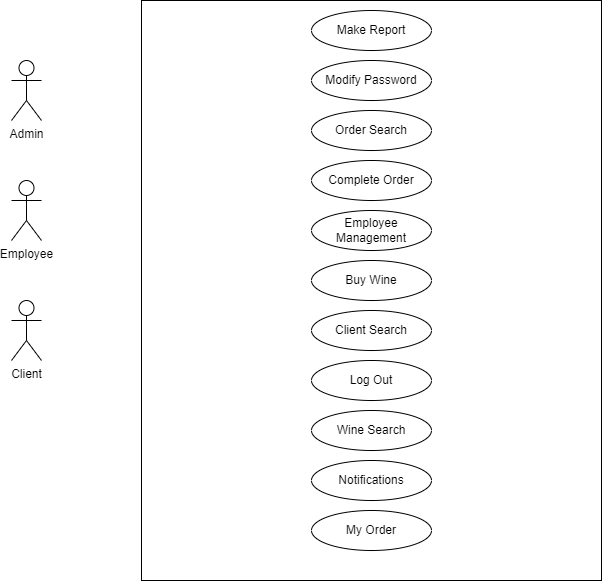
The draw.io diagram Documentazione/Usecase.drawio.png in FedericoRisoli/Assegnamento, before a commit. Source tidied: cells renumbered, new cells last; positions are measured from the earlier drawing's top-left corner, leaving out a move shared by most shapes.
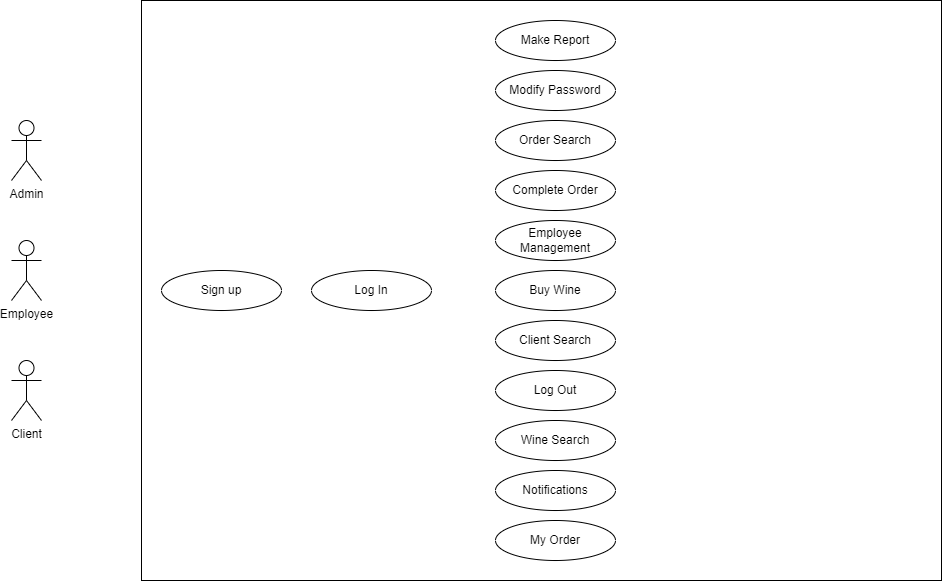
Above is the later version.

Diff of the diagram source:
```diff
@@ -3,16 +3,16 @@
     <mxCell id="0" />
     <mxCell id="1" parent="0" />
     <mxCell id="2" value="Admin" style="shape=umlActor;verticalLabelPosition=bottom;verticalAlign=top;html=1;" parent="1" vertex="1">
-      <mxGeometry y="60" width="30" height="60" as="geometry" />
+      <mxGeometry x="-184" y="110" width="30" height="60" as="geometry" />
     </mxCell>
     <mxCell id="3" value="Employee" style="shape=umlActor;verticalLabelPosition=bottom;verticalAlign=top;html=1;" parent="1" vertex="1">
-      <mxGeometry y="180" width="30" height="60" as="geometry" />
+      <mxGeometry x="-184" y="230" width="30" height="60" as="geometry" />
     </mxCell>
     <mxCell id="4" value="Client&lt;br&gt;" style="shape=umlActor;verticalLabelPosition=bottom;verticalAlign=top;html=1;" parent="1" vertex="1">
-      <mxGeometry y="300" width="30" height="60" as="geometry" />
+      <mxGeometry x="-184" y="350" width="30" height="60" as="geometry" />
     </mxCell>
     <mxCell id="5" style="rounded=0;whiteSpace=wrap;html=1;" parent="1" vertex="1">
-      <mxGeometry x="130" width="460" height="580" as="geometry" />
+      <mxGeometry x="-54" y="-10" width="800" height="580" as="geometry" />
     </mxCell>
     <mxCell id="6" value="Modify Password" style="ellipse;whiteSpace=wrap;html=1;" parent="1" vertex="1">
       <mxGeometry x="300" y="60" width="120" height="40" as="geometry" />
@@ -20,8 +20,8 @@
     <mxCell id="7" value="My Order" style="ellipse;whiteSpace=wrap;html=1;" parent="1" vertex="1">
       <mxGeometry x="300" y="510" width="120" height="40" as="geometry" />
     </mxCell>
-    <mxCell id="8" value="Buy Wine" style="ellipse;whiteSpace=wrap;html=1;" parent="1" vertex="1">
-      <mxGeometry x="300" y="260" width="120" height="40" as="geometry" />
+    <mxCell id="8" value="Log In" style="ellipse;whiteSpace=wrap;html=1;" parent="1" vertex="1">
+      <mxGeometry x="116" y="260" width="120" height="40" as="geometry" />
     </mxCell>
     <mxCell id="9" value="Wine Search" style="ellipse;whiteSpace=wrap;html=1;" parent="1" vertex="1">
       <mxGeometry x="300" y="410" width="120" height="40" as="geometry" />
@@ -47,5 +47,11 @@
     <mxCell id="16" value="Employee Management" style="ellipse;whiteSpace=wrap;html=1;" parent="1" vertex="1">
       <mxGeometry x="300" y="210" width="120" height="40" as="geometry" />
     </mxCell>
+    <mxCell id="17" value="Buy Wine" style="ellipse;whiteSpace=wrap;html=1;" parent="1" vertex="1">
+      <mxGeometry x="300" y="260" width="120" height="40" as="geometry" />
+    </mxCell>
+    <mxCell id="18" value="Sign up" style="ellipse;whiteSpace=wrap;html=1;" parent="1" vertex="1">
+      <mxGeometry x="-34" y="260" width="120" height="40" as="geometry" />
+    </mxCell>
   </root>
 </mxGraphModel>
```
